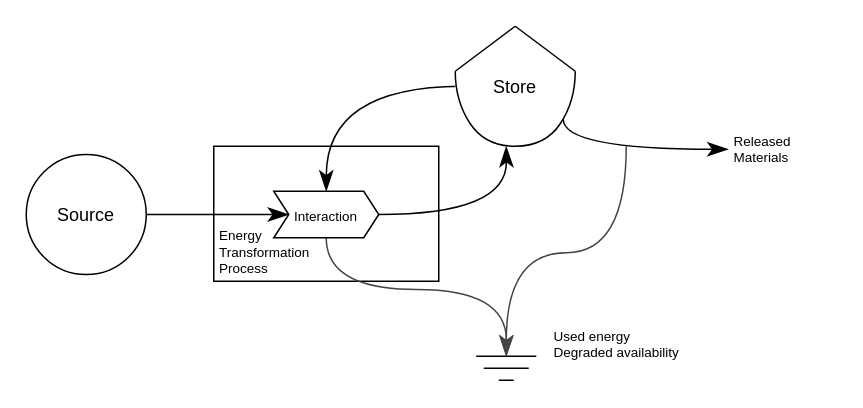
This is Copy of Untitled Diagram.drawio from sholtomaud/energese, a draw.io file, before an edit. Source tidied: cells renumbered, new cells numbered last; positions are measured from the earlier drawing's top-left corner, leaving out a move shared by most shapes. Both pictures are drawn from the tidied source at 150%, with x=0, y=0 at pixel (26, 26).
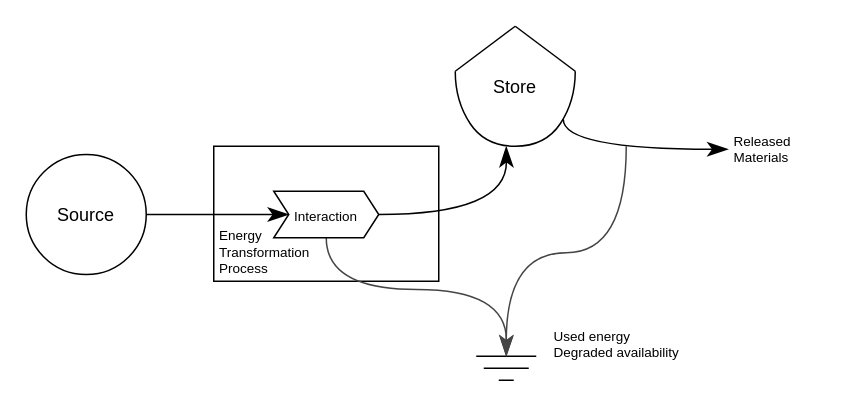
The same page after the edit.

The change refers to these unchanged cells:
```xml
<mxCell id="6" value="&lt;font style=&quot;font-size: 9px&quot;&gt;Interaction&lt;/font&gt;" style="shape=step;perimeter=stepPerimeter;whiteSpace=wrap;html=1;fixedSize=1;size=10;strokeColor=#000000;strokeWidth=1;" parent="1" vertex="1">
  <mxGeometry x="165" y="110" width="70" height="31" as="geometry" />
</mxCell>
```

The edit, as a diff of the source:
```diff
@@
-    <mxCell id="9" style="edgeStyle=orthogonalEdgeStyle;rounded=0;jettySize=auto;html=1;startArrow=none;startFill=0;endArrow=classicThin;endFill=1;endSize=11;strokeWidth=1;curved=1;entryX=0.5;entryY=0;entryDx=0;entryDy=0;" parent="1" edge="1" target="6">
-      <mxGeometry relative="1" as="geometry">
-        <mxPoint x="290" y="40" as="sourcePoint" />
-      </mxGeometry>
-    </mxCell>
```
